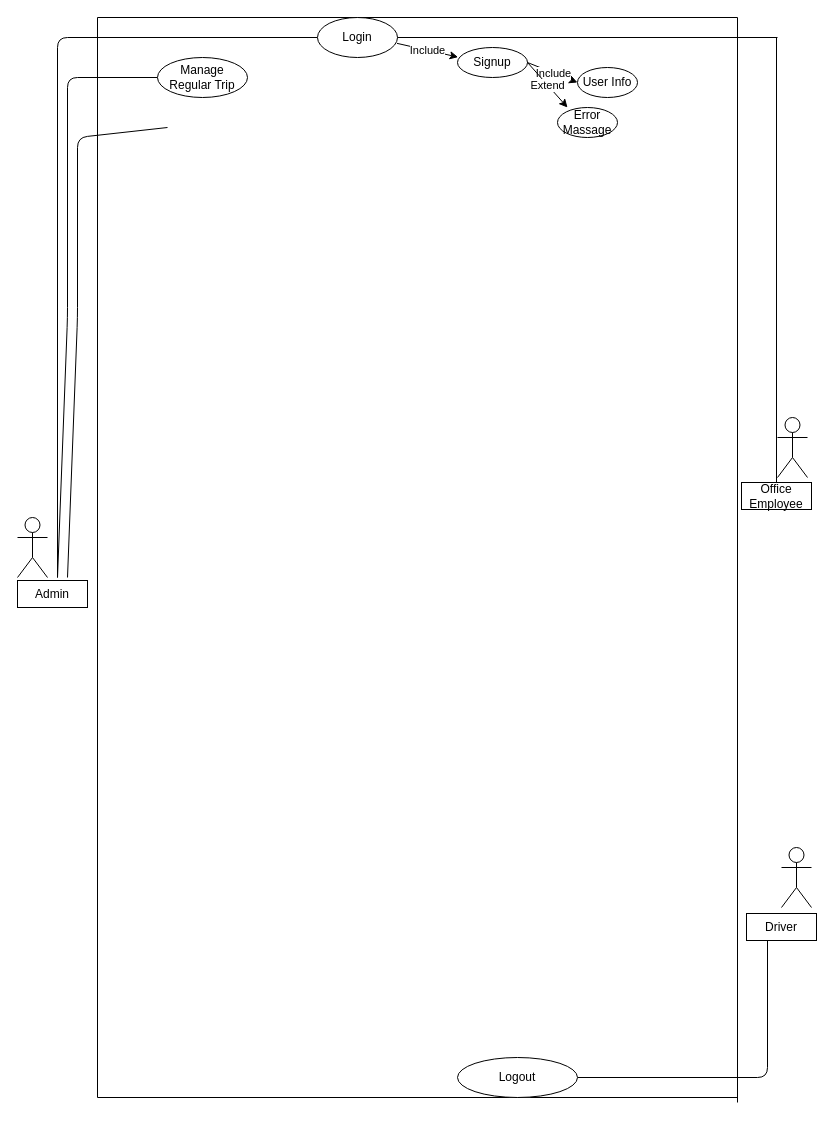
The draw.io diagram Untitled Diagram.drawio in SHIMAISRAFIL/Transport-Schedule, before the edit. Source tidied: cells renumbered, new cells numbered last; positions are measured from the earlier drawing's top-left corner, leaving out a move shared by most shapes. Both pictures are drawn from the tidied source at 100%, with x=0, y=0 at pixel (17, 17).
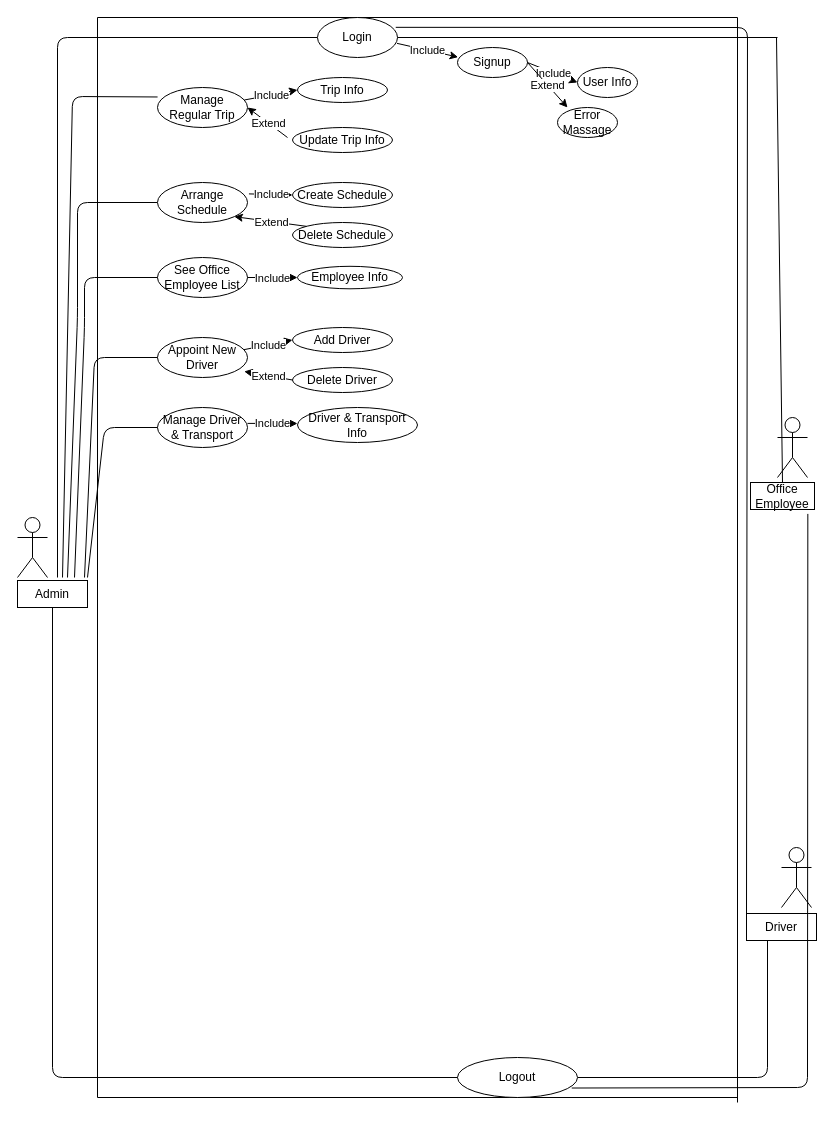
The same page after the edit.

The change refers to these unchanged cells:
```xml
<mxCell id="9" value="Admin" style="rounded=0;whiteSpace=wrap;html=1;" parent="1" vertex="1">
  <mxGeometry y="563" width="70" height="27" as="geometry" />
</mxCell>
<mxCell id="11" value="Driver" style="rounded=0;whiteSpace=wrap;html=1;" parent="1" vertex="1">
  <mxGeometry x="729" y="896" width="70" height="27" as="geometry" />
</mxCell>
<mxCell id="13" value="Logout" style="ellipse;whiteSpace=wrap;html=1;" parent="1" vertex="1">
  <mxGeometry x="440" y="1040" width="120" height="40" as="geometry" />
</mxCell>
<mxCell id="15" value="Login" style="ellipse;whiteSpace=wrap;html=1;" parent="1" vertex="1">
  <mxGeometry x="300" width="80" height="40" as="geometry" />
</mxCell>
```

Diff of the diagram source:
```diff
@@
     <mxCell id="10" value="Office Employee" style="rounded=0;whiteSpace=wrap;html=1;" parent="1" vertex="1">
-      <mxGeometry x="724" y="465" width="70" height="27" as="geometry" />
+      <mxGeometry x="733" y="465" width="64" height="27" as="geometry" />
     </mxCell>
@@
-    <mxCell id="27" style="endArrow=none;html=1;" parent="1" edge="1">
+    <mxCell id="27" style="endArrow=none;html=1;entryX=0.001;entryY=0.237;entryDx=0;entryDy=0;entryPerimeter=0;" parent="1" edge="1" target="28">
       <mxGeometry relative="1" as="geometry">
-        <mxPoint x="40" y="560" as="sourcePoint" />
-        <mxPoint x="140" y="60" as="targetPoint" />
+        <mxPoint x="45" y="560" as="sourcePoint" />
         <Array as="points">
-          <mxPoint x="50" y="300" />
-          <mxPoint x="50" y="60" />
+          <mxPoint x="55" y="79" />
         </Array>
       </mxGeometry>
     </mxCell>
     <mxCell id="28" value="Manage Regular Trip" style="ellipse;whiteSpace=wrap;html=1;" parent="1" vertex="1">
-      <mxGeometry x="140" y="40" width="90" height="40" as="geometry" />
+      <mxGeometry x="140" y="70" width="90" height="40" as="geometry" />
     </mxCell>
-    <mxCell id="29" style="endArrow=none;html=1;" parent="1" edge="1">
+    <mxCell id="29" style="endArrow=none;html=1;entryX=0;entryY=0.5;entryDx=0;entryDy=0;" parent="1" edge="1" target="30">
       <mxGeometry relative="1" as="geometry">
         <mxPoint x="50" y="560" as="sourcePoint" />
-        <mxPoint x="150" y="110" as="targetPoint" />
         <Array as="points">
           <mxPoint x="60" y="300" />
-          <mxPoint x="60" y="120" />
+          <mxPoint x="60" y="185" />
         </Array>
       </mxGeometry>
     </mxCell>
+    <mxCell id="30" value="Arrange Schedule" style="ellipse;whiteSpace=wrap;html=1;" parent="1" vertex="1">
+      <mxGeometry x="140" y="165" width="90" height="40" as="geometry" />
+    </mxCell>
+    <mxCell id="31" value="Trip Info" style="ellipse;whiteSpace=wrap;html=1;" parent="1" vertex="1">
+      <mxGeometry x="280" y="60" width="90" height="25" as="geometry" />
+    </mxCell>
+    <mxCell id="32" value="Update Trip Info" style="ellipse;whiteSpace=wrap;html=1;" parent="1" vertex="1">
+      <mxGeometry x="275" y="110" width="100" height="25" as="geometry" />
+    </mxCell>
+    <mxCell id="33" style="endArrow=classic;html=1;entryX=0;entryY=0.5;entryDx=0;entryDy=0;" parent="1" edge="1" source="28" target="31">
+      <mxGeometry relative="1" as="geometry" />
+    </mxCell>
+    <mxCell id="34" value="Include" style="edgeLabel;html=1;align=center;verticalAlign=middle;" parent="33" vertex="1">
+      <mxGeometry relative="1" as="geometry" />
+    </mxCell>
+    <mxCell id="35" style="endArrow=classic;html=1;entryX=1;entryY=0.5;entryDx=0;entryDy=0;" parent="1" edge="1" target="28">
+      <mxGeometry relative="1" as="geometry">
+        <mxPoint x="270" y="120" as="sourcePoint" />
+      </mxGeometry>
+    </mxCell>
+    <mxCell id="36" value="Extend" style="edgeLabel;html=1;align=center;verticalAlign=middle;" parent="35" vertex="1">
+      <mxGeometry relative="1" as="geometry" />
+    </mxCell>
+    <mxCell id="37" value="See Office Employee List" style="ellipse;whiteSpace=wrap;html=1;" parent="1" vertex="1">
+      <mxGeometry x="140" y="240" width="90" height="40" as="geometry" />
+    </mxCell>
+    <mxCell id="38" style="endArrow=none;html=1;entryX=0;entryY=0.5;entryDx=0;entryDy=0;" parent="1" edge="1" target="37">
+      <mxGeometry relative="1" as="geometry">
+        <mxPoint x="57" y="560" as="sourcePoint" />
+        <Array as="points">
+          <mxPoint x="67" y="310" />
+          <mxPoint x="67" y="260" />
+        </Array>
+      </mxGeometry>
+    </mxCell>
+    <mxCell id="39" style="endArrow=none;html=1;entryX=0.5;entryY=1;entryDx=0;entryDy=0;exitX=0;exitY=0.5;exitDx=0;exitDy=0;" parent="1" edge="1" source="13" target="9">
+      <mxGeometry relative="1" as="geometry">
+        <Array as="points">
+          <mxPoint x="35" y="1060" />
+        </Array>
+      </mxGeometry>
+    </mxCell>
+    <mxCell id="40" style="endArrow=none;html=1;entryX=0.896;entryY=1.163;entryDx=0;entryDy=0;entryPerimeter=0;exitX=0.952;exitY=0.763;exitDx=0;exitDy=0;exitPerimeter=0;" parent="1" edge="1" source="13" target="10">
+      <mxGeometry relative="1" as="geometry">
+        <Array as="points">
+          <mxPoint x="790" y="1070" />
+        </Array>
+      </mxGeometry>
+    </mxCell>
+    <mxCell id="41" style="endArrow=none;html=1;exitX=0;exitY=0;exitDx=0;exitDy=0;entryX=0.978;entryY=0.246;entryDx=0;entryDy=0;entryPerimeter=0;" parent="1" edge="1" source="11" target="15">
+      <mxGeometry relative="1" as="geometry">
+        <Array as="points">
+          <mxPoint x="730" y="10" />
+        </Array>
+      </mxGeometry>
+    </mxCell>
+    <mxCell id="42" value="Create Schedule" style="ellipse;whiteSpace=wrap;html=1;" parent="1" vertex="1">
+      <mxGeometry x="275" y="165" width="100" height="25" as="geometry" />
+    </mxCell>
+    <mxCell id="43" value="Delete Schedule" style="ellipse;whiteSpace=wrap;html=1;" parent="1" vertex="1">
+      <mxGeometry x="275" y="205" width="100" height="25" as="geometry" />
+    </mxCell>
+    <mxCell id="44" style="endArrow=classic;html=1;entryX=0;entryY=0.5;entryDx=0;entryDy=0;exitX=1.016;exitY=0.285;exitDx=0;exitDy=0;exitPerimeter=0;" parent="1" edge="1" source="30" target="42">
+      <mxGeometry relative="1" as="geometry" />
+    </mxCell>
+    <mxCell id="45" value="Include" style="edgeLabel;html=1;align=center;verticalAlign=middle;" parent="44" vertex="1">
+      <mxGeometry relative="1" as="geometry" />
+    </mxCell>
+    <mxCell id="46" style="endArrow=classic;html=1;exitX=0;exitY=0;exitDx=0;exitDy=0;entryX=1;entryY=1;entryDx=0;entryDy=0;" parent="1" edge="1" source="43" target="30">
+      <mxGeometry relative="1" as="geometry" />
+    </mxCell>
+    <mxCell id="47" value="Extend" style="edgeLabel;html=1;align=center;verticalAlign=middle;" parent="46" vertex="1">
+      <mxGeometry relative="1" as="geometry" />
+    </mxCell>
+    <mxCell id="48" value="Employee Info" style="ellipse;whiteSpace=wrap;html=1;" parent="1" vertex="1">
+      <mxGeometry x="280" y="248.8" width="105" height="22.5" as="geometry" />
+    </mxCell>
+    <mxCell id="49" value="Add Driver" style="ellipse;whiteSpace=wrap;html=1;" parent="1" vertex="1">
+      <mxGeometry x="275" y="310" width="100" height="25" as="geometry" />
+    </mxCell>
+    <mxCell id="50" style="endArrow=classic;html=1;entryX=0;entryY=0.5;entryDx=0;entryDy=0;exitX=1;exitY=0.5;exitDx=0;exitDy=0;" parent="1" edge="1" source="37" target="48">
+      <mxGeometry relative="1" as="geometry" />
+    </mxCell>
+    <mxCell id="51" value="Include" style="edgeLabel;html=1;align=center;verticalAlign=middle;" parent="50" vertex="1">
+      <mxGeometry relative="1" as="geometry" />
+    </mxCell>
+    <mxCell id="52" value="Appoint New Driver" style="ellipse;whiteSpace=wrap;html=1;" parent="1" vertex="1">
+      <mxGeometry x="140" y="320" width="90" height="40" as="geometry" />
+    </mxCell>
+    <mxCell id="53" style="endArrow=none;html=1;entryX=0;entryY=0.5;entryDx=0;entryDy=0;" parent="1" edge="1" target="52">
+      <mxGeometry relative="1" as="geometry">
+        <mxPoint x="67" y="560" as="sourcePoint" />
+        <Array as="points">
+          <mxPoint x="77" y="340" />
+        </Array>
+      </mxGeometry>
+    </mxCell>
+    <mxCell id="54" value="Delete Driver" style="ellipse;whiteSpace=wrap;html=1;" parent="1" vertex="1">
+      <mxGeometry x="275" y="350" width="100" height="25" as="geometry" />
+    </mxCell>
+    <mxCell id="55" style="endArrow=classic;html=1;entryX=0;entryY=0.5;entryDx=0;entryDy=0;" parent="1" edge="1" source="52" target="49">
+      <mxGeometry relative="1" as="geometry" />
+    </mxCell>
+    <mxCell id="56" value="Include" style="edgeLabel;html=1;align=center;verticalAlign=middle;" parent="55" vertex="1">
+      <mxGeometry relative="1" as="geometry" />
+    </mxCell>
+    <mxCell id="57" style="endArrow=classic;html=1;entryX=0.963;entryY=0.849;entryDx=0;entryDy=0;entryPerimeter=0;exitX=0;exitY=0.5;exitDx=0;exitDy=0;" parent="1" edge="1" source="54" target="52">
+      <mxGeometry relative="1" as="geometry" />
+    </mxCell>
+    <mxCell id="58" value="Extend" style="edgeLabel;html=1;align=center;verticalAlign=middle;" parent="57" vertex="1">
+      <mxGeometry relative="1" as="geometry" />
+    </mxCell>
+    <mxCell id="59" value="Manage Driver &amp;amp; Transport" style="ellipse;whiteSpace=wrap;html=1;" parent="1" vertex="1">
+      <mxGeometry x="140" y="390" width="90" height="40" as="geometry" />
+    </mxCell>
+    <mxCell id="60" style="endArrow=none;html=1;entryX=0;entryY=0.5;entryDx=0;entryDy=0;" parent="1" edge="1" target="59">
+      <mxGeometry relative="1" as="geometry">
+        <mxPoint x="70" y="560" as="sourcePoint" />
+        <Array as="points">
+          <mxPoint x="87" y="410" />
+        </Array>
+      </mxGeometry>
+    </mxCell>
+    <mxCell id="61" value="Driver &amp;amp; Transport Info" style="ellipse;whiteSpace=wrap;html=1;" parent="1" vertex="1">
+      <mxGeometry x="280" y="390" width="120" height="35" as="geometry" />
+    </mxCell>
+    <mxCell id="62" style="endArrow=classic;html=1;" parent="1" edge="1">
+      <mxGeometry relative="1" as="geometry">
+        <mxPoint x="230" y="405.9" as="sourcePoint" />
+        <mxPoint x="280" y="406" as="targetPoint" />
+      </mxGeometry>
+    </mxCell>
+    <mxCell id="63" value="Include" style="edgeLabel;html=1;align=center;verticalAlign=middle;" parent="62" vertex="1">
+      <mxGeometry relative="1" as="geometry" />
+    </mxCell>
```
